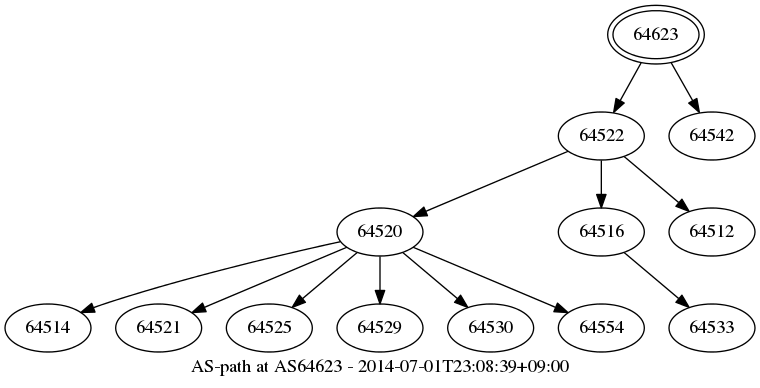
Flast/flast.github.io keeps this Graphviz diagram as aspath/as64623.png. Above is the earlier version. Its source is kept beside it as aspath/as64623.gv.
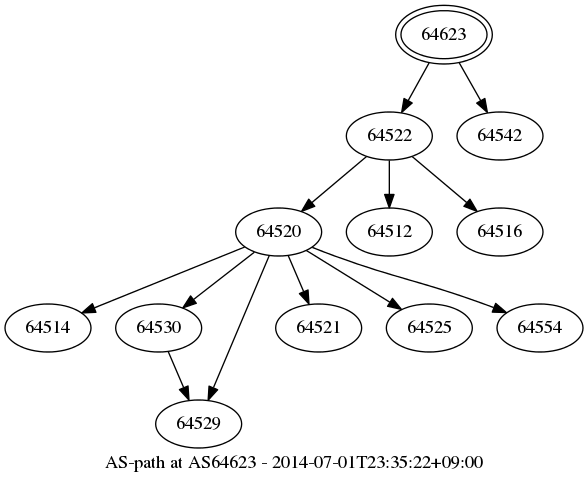
Above is the later version.

The edit, as a diff of the source:
```diff
@@ -1,75 +1,72 @@
 digraph aspath {
-	graph [bb="0,0,562,283",
+	graph [bb="0,0,433,355",
 		center="",
-		label="AS-path at AS64623 - 2014-07-01T23:08:39+09:00",
+		label="AS-path at AS64623 - 2014-07-01T23:35:22+09:00",
 		lheight=0.21,
-		lp="281,11.5",
+		lp="216.5,11.5",
 		lwidth=3.94
 	];
 	node [label="\N"];
 	64623	 [height=0.61111,
 		label=64623,
 		peripheries=2,
-		pos="488,261",
+		pos="329,333",
 		width=1.0069];
 	64522	 [height=0.5,
 		label=64522,
-		pos="447,185",
+		pos="288,257",
 		width=0.89579];
-	64623 -> 64522	 [pos="e,456.25,202.7 476.8,239.78 471.96,231.05 466.25,220.74 461.12,211.49"];
+	64623 -> 64522	 [pos="e,297.25,274.7 317.8,311.78 312.96,303.05 307.25,292.74 302.12,283.49"];
 	64542	 [height=0.5,
 		label=64542,
-		pos="530,185",
+		pos="371,257",
 		width=0.89579];
-	64623 -> 64542	 [pos="e,520.52,202.7 499.48,239.78 504.43,231.05 510.28,220.74 515.53,211.49"];
+	64623 -> 64542	 [pos="e,361.52,274.7 340.48,311.78 345.43,303.05 351.28,292.74 356.53,283.49"];
 	64520	 [height=0.5,
 		label=64520,
-		pos="281,113",
+		pos="205,185",
 		width=0.89579];
-	64522 -> 64520	 [pos="e,306.02,124.55 422.15,173.52 393.79,161.56 347.22,141.93 315.39,128.5"];
+	64522 -> 64520	 [pos="e,222.18,200.49 270.8,241.5 259.01,231.55 243.16,218.19 229.98,207.07"];
+	64512	 [height=0.5,
+		label=64512,
+		pos="288,185",
+		width=0.89579];
+	64522 -> 64512	 [pos="e,288,203.1 288,238.7 288,230.98 288,221.71 288,213.11"];
 	64516	 [height=0.5,
 		label=64516,
-		pos="447,113",
+		pos="371,185",
 		width=0.89579];
-	64522 -> 64516	 [pos="e,447,131.1 447,166.7 447,158.98 447,149.71 447,141.11"];
-	64512	 [height=0.5,
-		label=64512,
-		pos="530,113",
-		width=0.89579];
-	64522 -> 64512	 [pos="e,512.82,128.49 464.2,169.5 475.99,159.55 491.84,146.19 505.02,135.07"];
+	64522 -> 64516	 [pos="e,353.82,200.49 305.2,241.5 316.99,231.55 332.84,218.19 346.02,207.07"];
 	64514	 [height=0.5,
 		label=64514,
-		pos="32,41",
+		pos="32,113",
 		width=0.89579];
-	64520 -> 64514	 [pos="e,56.67,52.625 251.16,105.68 210.61,96.795 136.02,79.391 74,59 71.427,58.154 68.785,57.228 66.141,56.259"];
+	64520 -> 64514	 [pos="e,57.35,124.26 179.47,173.67 149.62,161.59 100.05,141.53 66.712,128.05"];
+	64530	 [height=0.5,
+		label=64530,
+		pos="115,113",
+		width=0.89579];
+	64520 -> 64530	 [pos="e,133.19,128.14 186.79,169.83 173.73,159.68 155.95,145.85 141.35,134.5"];
+	64529	 [height=0.5,
+		label=64529,
+		pos="145,41",
+		width=0.89579];
+	64520 -> 64529	 [pos="e,152.11,58.825 197.88,167.15 187.55,142.71 168.31,97.171 156.11,68.286"];
 	64521	 [height=0.5,
 		label=64521,
-		pos="115,41",
+		pos="235,113",
 		width=0.89579];
-	64520 -> 64521	 [pos="e,140.02,52.551 256.15,101.52 227.79,89.561 181.22,69.926 149.39,56.502"];
+	64520 -> 64521	 [pos="e,227.73,130.96 212.11,167.41 215.57,159.34 219.82,149.43 223.71,140.35"];
 	64525	 [height=0.5,
 		label=64525,
-		pos="198,41",
+		pos="318,113",
 		width=0.89579];
-	64520 -> 64525	 [pos="e,215.18,56.485 263.8,97.496 252.01,87.547 236.16,74.187 222.98,63.068"];
-	64529	 [height=0.5,
-		label=64529,
-		pos="281,41",
-		width=0.89579];
-	64520 -> 64529	 [pos="e,281,59.104 281,94.697 281,86.983 281,77.712 281,69.112"];
-	64530	 [height=0.5,
-		label=64530,
-		pos="364,41",
-		width=0.89579];
-	64520 -> 64530	 [pos="e,346.82,56.485 298.2,97.496 309.99,87.547 325.84,74.187 339.02,63.068"];
+	64520 -> 64525	 [pos="e,297.02,126.99 225.73,171.16 243.3,160.28 268.71,144.53 288.42,132.33"];
 	64554	 [height=0.5,
 		label=64554,
-		pos="447,41",
+		pos="401,113",
 		width=0.89579];
-	64520 -> 64554	 [pos="e,421.98,52.551 305.85,101.52 334.21,89.561 380.78,69.926 412.61,56.502"];
-	64533	 [height=0.5,
-		label=64533,
-		pos="530,41",
-		width=0.89579];
-	64516 -> 64533	 [pos="e,512.82,56.485 464.2,97.496 475.99,87.547 491.84,74.187 505.02,63.068"];
+	64520 -> 64554	 [pos="e,375.8,124.55 230.2,173.45 235.71,171.24 241.53,168.98 247,167 296.16,149.18 309.84,148.82 359,131 361.39,130.13 363.85,129.21 \
+366.33,128.27"];
+	64530 -> 64529	 [pos="e,137.73,58.956 122.11,95.411 125.57,87.335 129.82,77.431 133.71,68.355"];
 }
```
